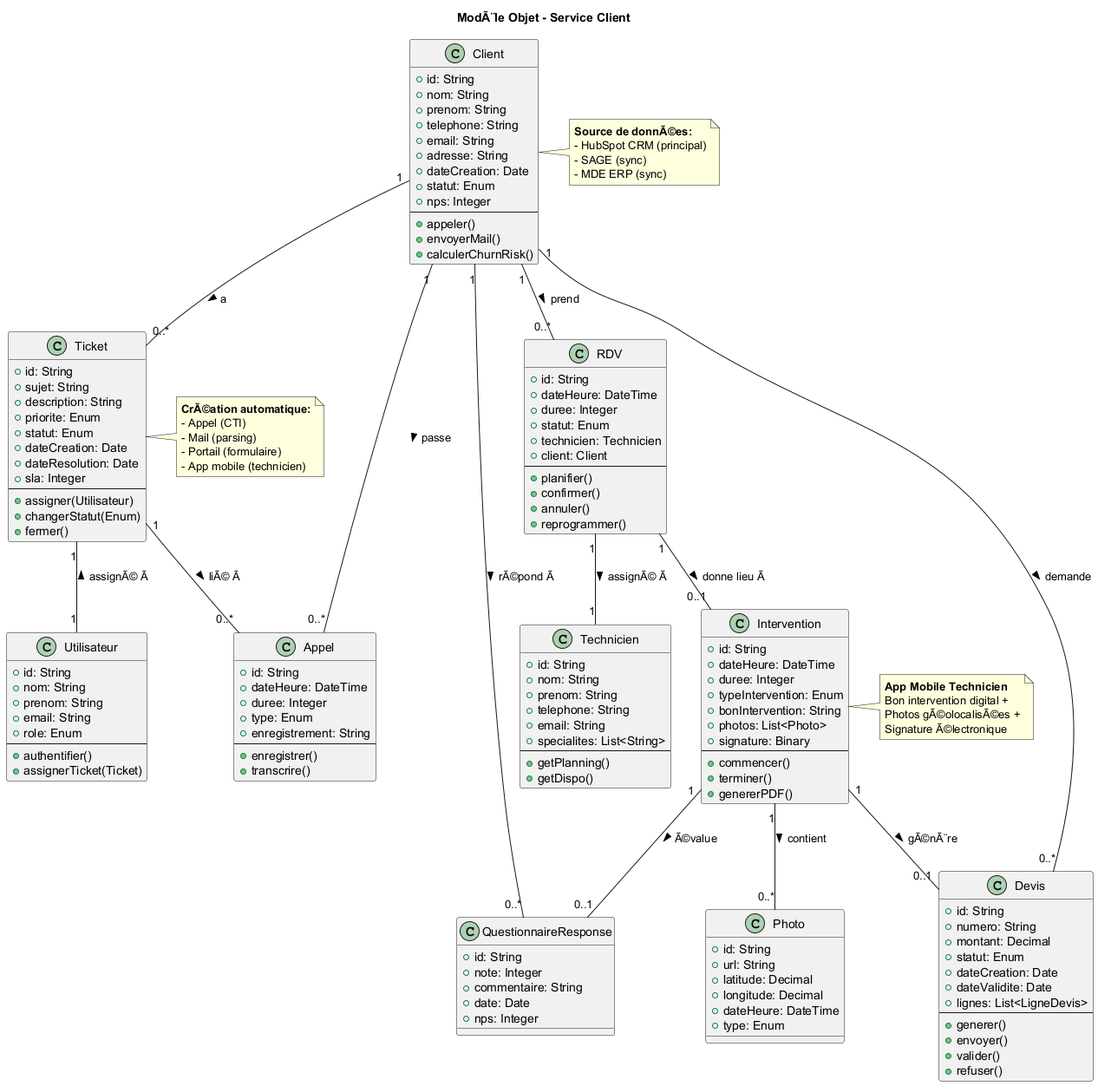
Earlier version of the PlantUML export Service-Client/uml/Class_Modele_Objet.png (JordanSerafini/Audit_Duret).
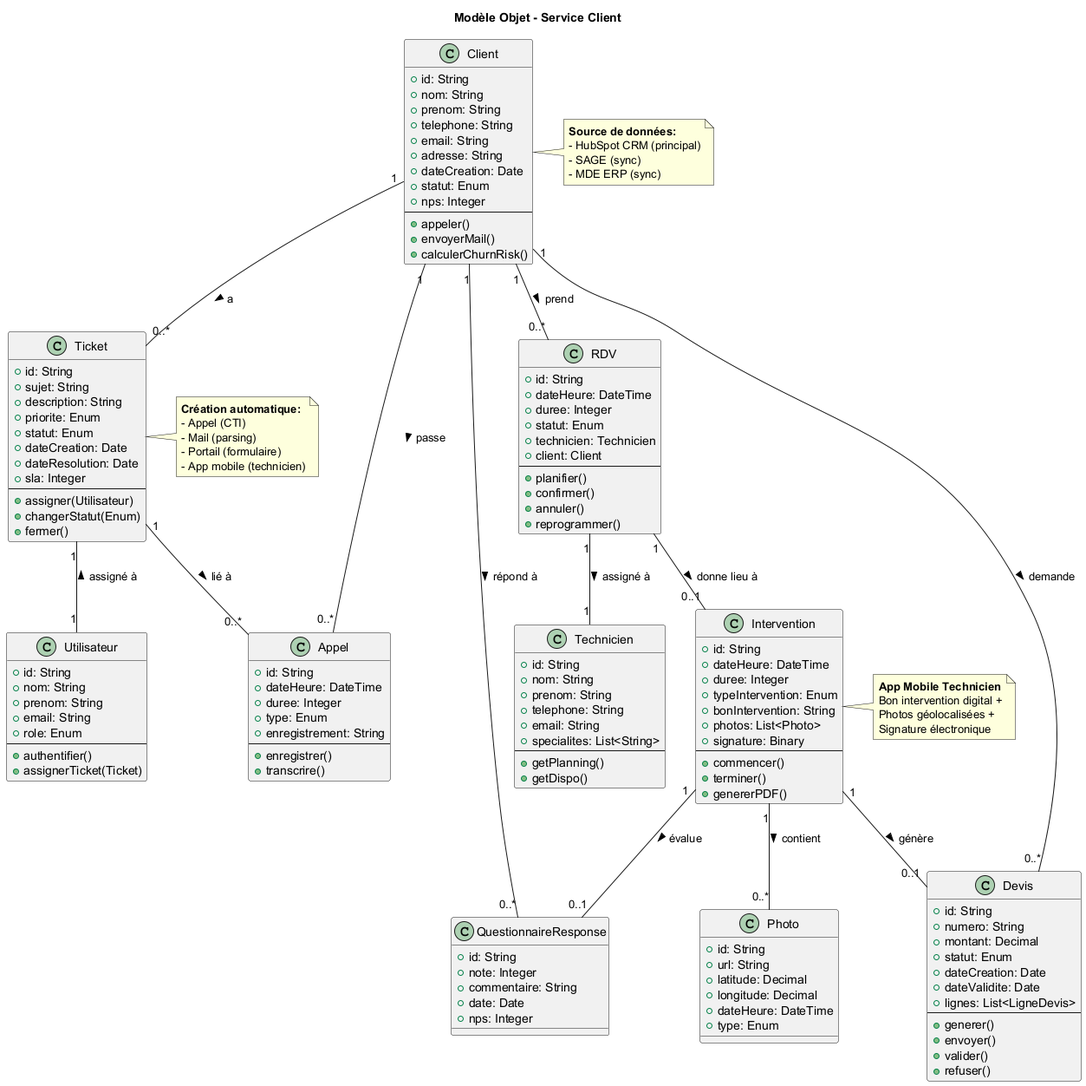
The same file after the commit.

Diff of the diagram source:
```diff
@@ -1,6 +1,6 @@
 @startuml Class_Modele_Objet
 
-title ModÃ¨le Objet - Service Client
+title Modèle Objet - Service Client
 
 class Client {
   +id: String
@@ -132,27 +132,27 @@
 Client "1" -- "0..*" RDV : prend >
 Client "1" -- "0..*" Devis : demande >
 
-Ticket "1" -- "1" Utilisateur : assignÃ© Ã  <
-Ticket "1" -- "0..*" Appel : liÃ© Ã  >
+Ticket "1" -- "1" Utilisateur : assigné à <
+Ticket "1" -- "0..*" Appel : lié à >
 
-RDV "1" -- "1" Technicien : assignÃ© Ã  >
-RDV "1" -- "0..1" Intervention : donne lieu Ã  >
+RDV "1" -- "1" Technicien : assigné à >
+RDV "1" -- "0..1" Intervention : donne lieu à >
 
 Intervention "1" -- "0..*" Photo : contient >
-Intervention "1" -- "0..1" Devis : gÃ©nÃ¨re >
+Intervention "1" -- "0..1" Devis : génère >
 
-Client "1" -- "0..*" QuestionnaireResponse : rÃ©pond Ã  >
-Intervention "1" -- "0..1" QuestionnaireResponse : Ã©value >
+Client "1" -- "0..*" QuestionnaireResponse : répond à >
+Intervention "1" -- "0..1" QuestionnaireResponse : évalue >
 
 note right of Client
-  **Source de donnÃ©es:**
+  **Source de données:**
   - HubSpot CRM (principal)
   - SAGE (sync)
   - MDE ERP (sync)
 end note
 
 note right of Ticket
-  **CrÃ©ation automatique:**
+  **Création automatique:**
   - Appel (CTI)
   - Mail (parsing)
   - Portail (formulaire)
@@ -162,8 +162,8 @@
 note right of Intervention
   **App Mobile Technicien**
   Bon intervention digital +
-  Photos gÃ©olocalisÃ©es +
-  Signature Ã©lectronique
+  Photos géolocalisées +
+  Signature électronique
 end note
 
 @enduml
```
